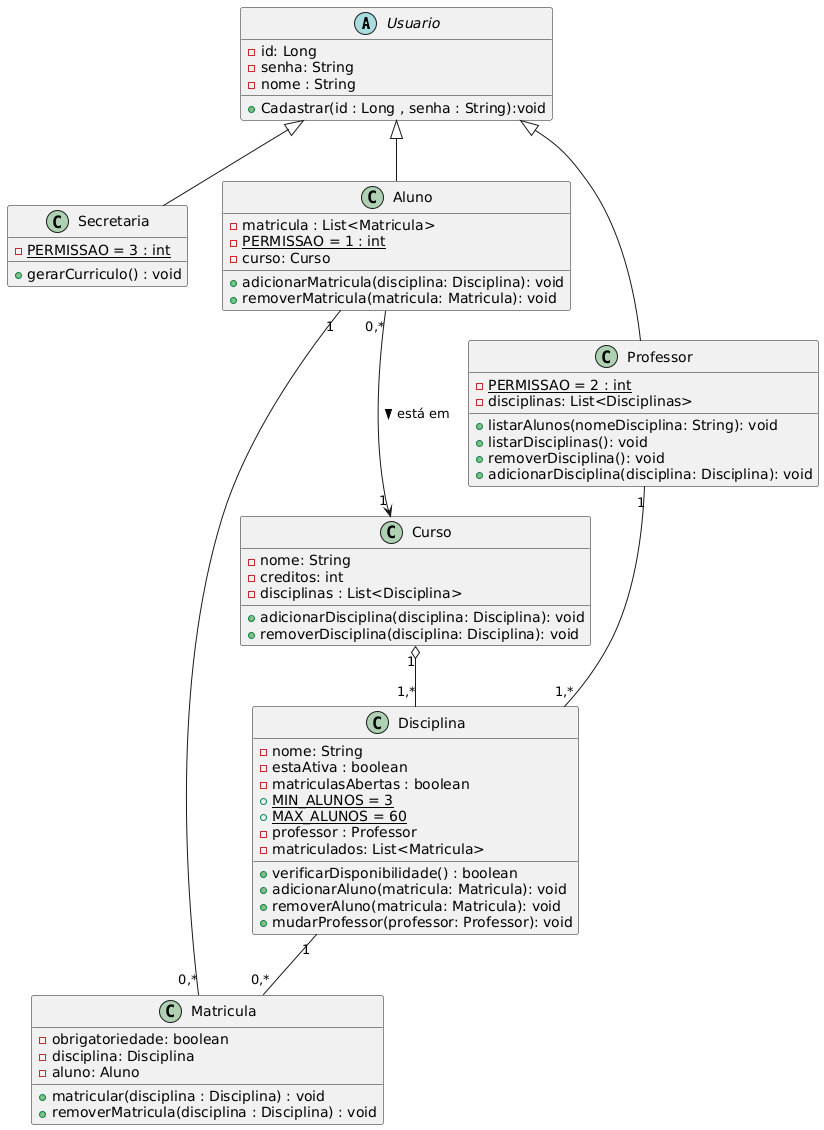
Earlier version of the PlantUML export lab1/project/img/UML.png (RenatoMAP77/LDS-Projetos-PRG).
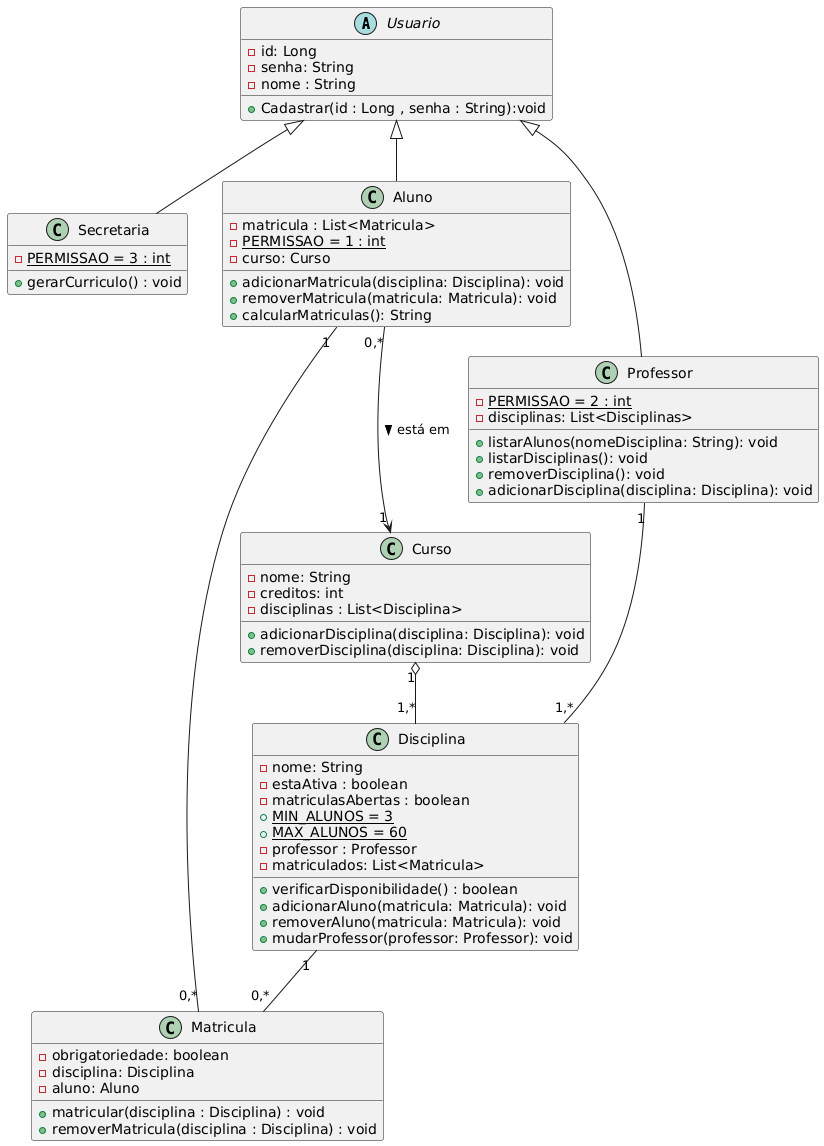
The same file after the commit.

Change to the diagram source:
```diff
@@ -24,6 +24,7 @@
 
      +adicionarMatricula(disciplina: Disciplina): void
      +removerMatricula(matricula: Matricula): void
+     +calcularMatriculas(): String
 
 }
 
```
